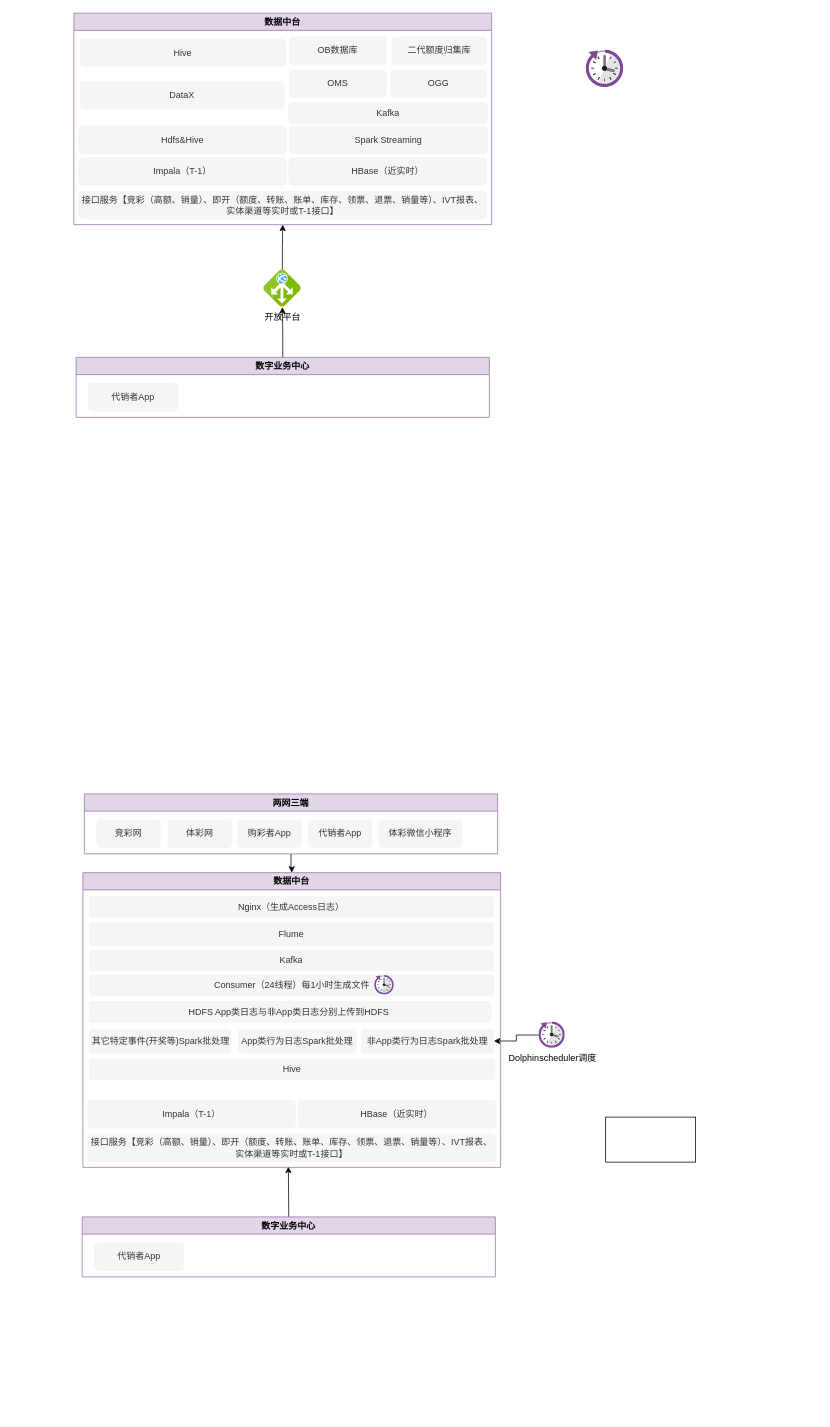
Earlier version of the draw.io diagram Untitled Diagram.drawio (xjiahai/public). Source tidied: cells renumbered, new cells numbered last; positions are measured from the earlier drawing's top-left corner, leaving out a move shared by most shapes. Both pictures are drawn from the tidied source at 75%, with x=0, y=0 at pixel (74, 13).
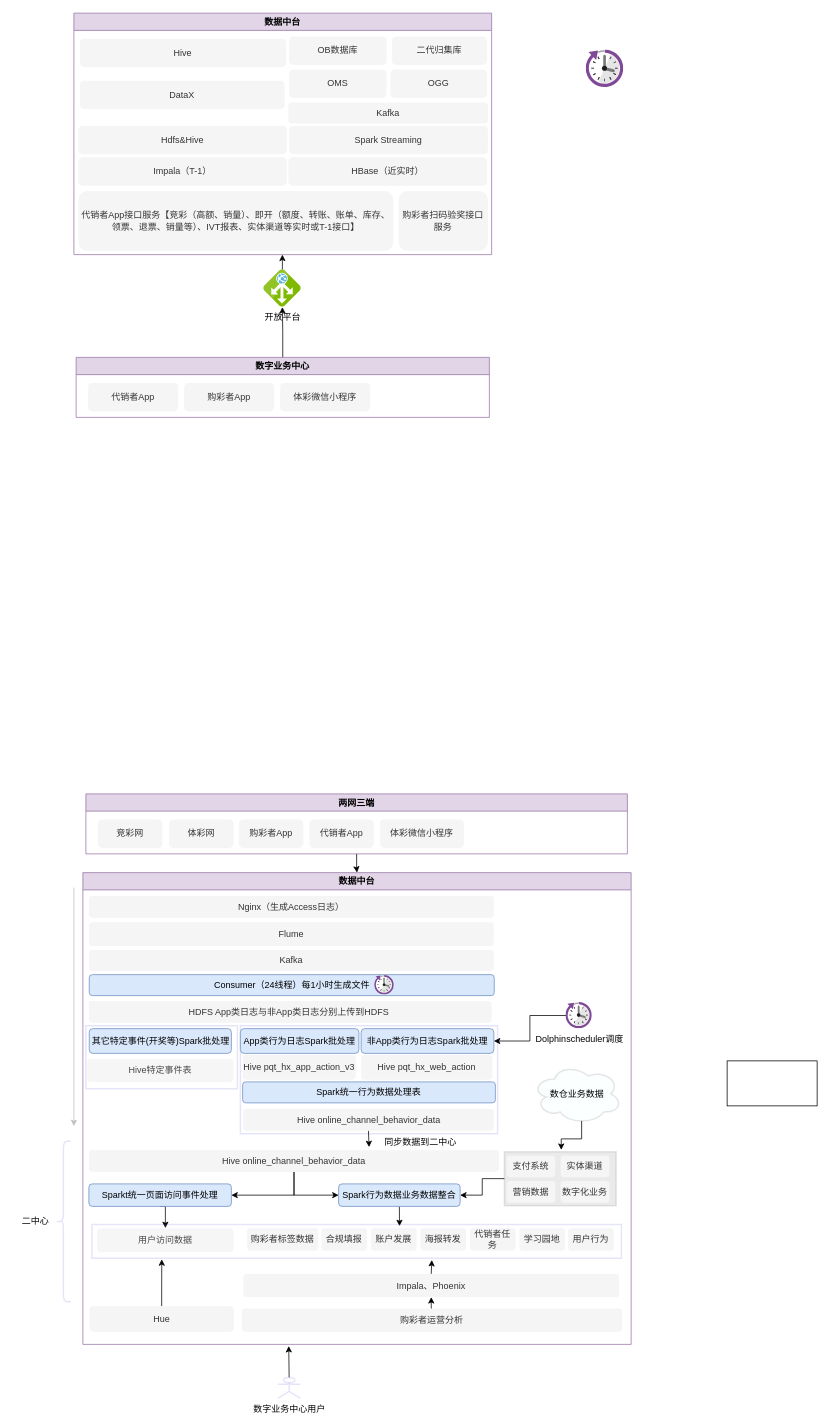
Above is the later version.

Unchanged cells that the change refers to:
```xml
<mxCell id="6" value="数字业务中心" style="swimlane;whiteSpace=wrap;html=1;fillColor=#e1d5e7;strokeColor=#9673a6;" parent="1" vertex="1">
  <mxGeometry x="3" y="459" width="551" height="80" as="geometry" />
</mxCell>
```

Change to the diagram source:
```diff
@@
+    <mxCell id="48" value="购彩者App" style="rounded=1;whiteSpace=wrap;html=1;strokeColor=none;fillColor=#f5f5f5;fontColor=#333333;" parent="6" vertex="1">
+      <mxGeometry x="144" y="34" width="120" height="38" as="geometry" />
+    </mxCell>
+    <mxCell id="49" value="体彩微信小程序" style="rounded=1;whiteSpace=wrap;html=1;strokeColor=none;fillColor=#f5f5f5;fontColor=#333333;" parent="6" vertex="1">
+      <mxGeometry x="272" y="34" width="120" height="38" as="geometry" />
+    </mxCell>
     <mxCell id="8" value="数据中台" style="swimlane;whiteSpace=wrap;html=1;fillColor=#e1d5e7;strokeColor=#9673a6;" parent="1" vertex="1">
-      <mxGeometry width="557" height="282" as="geometry" />
+      <mxGeometry width="557" height="322" as="geometry" />
     </mxCell>
@@
-    <mxCell id="10" value="接口服务【&lt;span&gt;竞彩（高额、销量）、即开（额度、转账、账单、库存、领票、退票、销量等）、&lt;/span&gt;&lt;span lang=&quot;EN-US&quot;&gt;IVT&lt;/span&gt;&lt;span&gt;报表、实体渠道等实时或&lt;/span&gt;&lt;span lang=&quot;EN-US&quot;&gt;T-1&lt;/span&gt;&lt;span&gt;接口】&lt;/span&gt;" style="rounded=1;whiteSpace=wrap;html=1;strokeColor=none;fillColor=#f5f5f5;fontColor=#333333;" parent="8" vertex="1">
-      <mxGeometry x="6" y="237" width="545" height="38" as="geometry" />
+    <mxCell id="10" value="代销者App接口服务【&lt;span&gt;竞彩（高额、销量）、即开（额度、转账、账单、库存、领票、退票、销量等）、&lt;/span&gt;&lt;span lang=&quot;EN-US&quot;&gt;IVT&lt;/span&gt;&lt;span&gt;报表、实体渠道等实时或&lt;/span&gt;&lt;span lang=&quot;EN-US&quot;&gt;T-1&lt;/span&gt;&lt;span&gt;接口】&lt;/span&gt;" style="rounded=1;whiteSpace=wrap;html=1;strokeColor=none;fillColor=#f5f5f5;fontColor=#333333;" parent="8" vertex="1">
+      <mxGeometry x="6" y="237" width="420" height="80" as="geometry" />
     </mxCell>
@@
-    <mxCell id="14" value="二代额度归集库" style="rounded=1;whiteSpace=wrap;html=1;strokeColor=none;fillColor=#f5f5f5;fontColor=#333333;" parent="8" vertex="1">
+    <mxCell id="14" value="二代归集库" style="rounded=1;whiteSpace=wrap;html=1;strokeColor=none;fillColor=#f5f5f5;fontColor=#333333;" parent="8" vertex="1">
       <mxGeometry x="424" y="31" width="127" height="38" as="geometry" />
     </mxCell>
@@
-    <mxCell id="21" style="edgeStyle=orthogonalEdgeStyle;rounded=0;jettySize=auto;html=1;exitX=0.5;exitY=0;exitDx=0;exitDy=0;" parent="1" edge="1" source="22">
-      <mxGeometry relative="1" as="geometry">
-        <mxPoint x="286" y="1538" as="targetPoint" />
-      </mxGeometry>
-    </mxCell>
-    <mxCell id="22" value="数字业务中心" style="swimlane;whiteSpace=wrap;html=1;fillColor=#e1d5e7;strokeColor=#9673a6;" parent="1" vertex="1">
-      <mxGeometry x="11" y="1605" width="551" height="80" as="geometry" />
-    </mxCell>
-    <mxCell id="23" value="代销者App" style="rounded=1;whiteSpace=wrap;html=1;strokeColor=none;fillColor=#f5f5f5;fontColor=#333333;" parent="22" vertex="1">
-      <mxGeometry x="16" y="34" width="120" height="38" as="geometry" />
-    </mxCell>
+    <mxCell id="50" value="购彩者扫码验奖接口服务" style="rounded=1;whiteSpace=wrap;html=1;strokeColor=none;fillColor=#f5f5f5;fontColor=#333333;" parent="8" vertex="1">
+      <mxGeometry x="433" y="237" width="119" height="80" as="geometry" />
+    </mxCell>
     <mxCell id="24" value="数据中台" style="swimlane;whiteSpace=wrap;html=1;fillColor=#e1d5e7;strokeColor=#9673a6;" parent="1" vertex="1">
-      <mxGeometry x="12" y="1146" width="557" height="393" as="geometry" />
+      <mxGeometry x="12" y="1146" width="731" height="629" as="geometry" />
     </mxCell>
@@
+    <mxCell id="51" style="edgeStyle=orthogonalEdgeStyle;rounded=0;jettySize=auto;html=1;exitX=0.5;exitY=1;exitDx=0;exitDy=0;entryX=0.5;entryY=0;entryDx=0;entryDy=0;" parent="24" edge="1" source="26" target="61">
+      <mxGeometry relative="1" as="geometry" />
+    </mxCell>
-    <mxCell id="26" value="接口服务【&lt;span&gt;竞彩（高额、销量）、即开（额度、转账、账单、库存、领票、退票、销量等）、&lt;/span&gt;&lt;span lang=&quot;EN-US&quot;&gt;IVT&lt;/span&gt;&lt;span&gt;报表、实体渠道等实时或&lt;/span&gt;&lt;span lang=&quot;EN-US&quot;&gt;T-1&lt;/span&gt;&lt;span&gt;接口】&lt;/span&gt;" style="rounded=1;whiteSpace=wrap;html=1;strokeColor=none;fillColor=#f5f5f5;fontColor=#333333;" parent="24" vertex="1">
-      <mxGeometry x="6" y="348" width="545" height="38" as="geometry" />
+    <mxCell id="26" value="Sparkt统一页面访问事件处理" style="rounded=1;whiteSpace=wrap;html=1;strokeColor=#6c8ebf;fillColor=#dae8fc;" parent="24" vertex="1">
+      <mxGeometry x="8" y="415" width="190" height="30" as="geometry" />
     </mxCell>
-    <mxCell id="27" value="Impala（T-1）" style="rounded=1;whiteSpace=wrap;html=1;strokeColor=none;fillColor=#f5f5f5;fontColor=#333333;" parent="24" vertex="1">
-      <mxGeometry x="6" y="303" width="278" height="38" as="geometry" />
+    <mxCell id="27" value="Hive特定事件表" style="rounded=1;whiteSpace=wrap;html=1;strokeColor=none;fillColor=#f5f5f5;fontColor=#333333;" parent="24" vertex="1">
+      <mxGeometry x="5.8" y="248" width="195" height="31" as="geometry" />
     </mxCell>
+    <mxCell id="52" style="edgeStyle=orthogonalEdgeStyle;rounded=0;jettySize=auto;html=1;entryX=1;entryY=0.5;entryDx=0;entryDy=0;" parent="24" edge="1" source="28" target="26">
+      <mxGeometry relative="1" as="geometry" />
+    </mxCell>
+    <mxCell id="53" style="edgeStyle=orthogonalEdgeStyle;rounded=0;jettySize=auto;html=1;exitX=0.5;exitY=1;exitDx=0;exitDy=0;entryX=0;entryY=0.5;entryDx=0;entryDy=0;" parent="24" edge="1" source="28" target="69">
+      <mxGeometry relative="1" as="geometry" />
+    </mxCell>
-    <mxCell id="28" value="HBase（近实时）" style="rounded=1;whiteSpace=wrap;html=1;strokeColor=none;fillColor=#f5f5f5;fontColor=#333333;" parent="24" vertex="1">
-      <mxGeometry x="286" y="303" width="265" height="38" as="geometry" />
+    <mxCell id="28" value="Hive online_channel_behavior_data" style="rounded=1;whiteSpace=wrap;html=1;strokeColor=none;fillColor=#f5f5f5;fontColor=#333333;" parent="24" vertex="1">
+      <mxGeometry x="8" y="370" width="547" height="29" as="geometry" />
     </mxCell>
@@
+    <mxCell id="54" style="verticalLabelPosition=bottom;verticalAlign=top;html=1;shape=mxgraph.basic.rect;fillColor2=none;strokeWidth=2;size=20;indent=5;strokeColor=#0000CC;opacity=10;" parent="24" vertex="1">
+      <mxGeometry x="210" y="204" width="343" height="144" as="geometry" />
+    </mxCell>
-    <mxCell id="30" value="App类行为日志Spark批处理" style="rounded=1;whiteSpace=wrap;html=1;strokeColor=none;fillColor=#f5f5f5;fontColor=#333333;" parent="24" vertex="1">
-      <mxGeometry x="207" y="208" width="158" height="33" as="geometry" />
+    <mxCell id="30" value="App类行为日志Spark批处理" style="rounded=1;whiteSpace=wrap;html=1;strokeColor=#6c8ebf;fillColor=#dae8fc;" parent="24" vertex="1">
+      <mxGeometry x="210" y="208" width="158" height="33" as="geometry" />
     </mxCell>
@@
-    <mxCell id="33" value="Consumer（24线程）每1小时生成文件" style="rounded=1;whiteSpace=wrap;html=1;strokeColor=none;fillColor=#f5f5f5;fontColor=#333333;" parent="24" vertex="1">
+    <mxCell id="33" value="Consumer（24线程）每1小时生成文件" style="rounded=1;whiteSpace=wrap;html=1;strokeColor=#6c8ebf;fillColor=#dae8fc;" parent="24" vertex="1">
       <mxGeometry x="8.5" y="136" width="540" height="28" as="geometry" />
     </mxCell>
@@
-    <mxCell id="35" value="非App类行为日志Spark批处理" style="rounded=1;whiteSpace=wrap;html=1;strokeColor=none;fillColor=#f5f5f5;fontColor=#333333;" parent="24" vertex="1">
+    <mxCell id="35" value="非App类行为日志Spark批处理" style="rounded=1;whiteSpace=wrap;html=1;strokeColor=#6c8ebf;fillColor=#dae8fc;" parent="24" vertex="1">
       <mxGeometry x="371" y="208" width="177" height="33" as="geometry" />
     </mxCell>
+    <mxCell id="55" style="verticalLabelPosition=bottom;verticalAlign=top;html=1;shape=mxgraph.basic.rect;fillColor2=none;strokeWidth=2;size=20;indent=5;strokeColor=#0000CC;opacity=10;" parent="24" vertex="1">
+      <mxGeometry x="4" y="204" width="202" height="84" as="geometry" />
+    </mxCell>
-    <mxCell id="36" value="其它特定事件(开奖等)Spark批处理" style="rounded=1;whiteSpace=wrap;html=1;strokeColor=none;fillColor=#f5f5f5;fontColor=#333333;" parent="24" vertex="1">
+    <mxCell id="36" value="其它特定事件(开奖等)Spark批处理" style="rounded=1;whiteSpace=wrap;html=1;strokeColor=#6c8ebf;fillColor=#dae8fc;" parent="24" vertex="1">
       <mxGeometry x="8.5" y="208" width="189.5" height="33" as="geometry" />
     </mxCell>
-    <mxCell id="37" value="Hive" style="rounded=1;whiteSpace=wrap;html=1;strokeColor=none;fillColor=#f5f5f5;fontColor=#333333;" parent="24" vertex="1">
-      <mxGeometry x="8" y="248" width="542" height="28" as="geometry" />
+    <mxCell id="37" value="Spark统一行为数据处理表" style="rounded=1;whiteSpace=wrap;html=1;strokeColor=#6c8ebf;fillColor=#dae8fc;" parent="24" vertex="1">
+      <mxGeometry x="213" y="279" width="337" height="28" as="geometry" />
     </mxCell>
+    <mxCell id="56" value="Hive pqt_hx_app_action_v3" style="rounded=1;whiteSpace=wrap;html=1;strokeColor=none;fillColor=#f5f5f5;fontColor=#333333;" parent="24" vertex="1">
+      <mxGeometry x="213" y="243" width="151" height="33" as="geometry" />
+    </mxCell>
+    <mxCell id="57" value="Hive pqt_hx_web_action" style="rounded=1;whiteSpace=wrap;html=1;strokeColor=none;fillColor=#f5f5f5;fontColor=#333333;" parent="24" vertex="1">
+      <mxGeometry x="371" y="243" width="175" height="33" as="geometry" />
+    </mxCell>
+    <mxCell id="58" style="edgeStyle=orthogonalEdgeStyle;rounded=0;jettySize=auto;html=1;exitX=0.5;exitY=1;exitDx=0;exitDy=0;entryX=0.683;entryY=-0.14;entryDx=0;entryDy=0;entryPerimeter=0;" parent="24" edge="1" source="59" target="28">
+      <mxGeometry relative="1" as="geometry" />
+    </mxCell>
+    <mxCell id="59" value="Hive online_channel_behavior_data" style="rounded=1;whiteSpace=wrap;html=1;strokeColor=none;fillColor=#f5f5f5;fontColor=#333333;" parent="24" vertex="1">
+      <mxGeometry x="213.5" y="315" width="334.5" height="29" as="geometry" />
+    </mxCell>
+    <mxCell id="46" value="Dolphinscheduler调度" style="sketch=0;html=1;points=[];align=center;image;fontSize=12;image=img/lib/mscae/Reservations.svg;strokeColor=default;" parent="24" vertex="1">
+      <mxGeometry x="644" y="173" width="35" height="35" as="geometry" />
+    </mxCell>
+    <mxCell id="45" style="edgeStyle=orthogonalEdgeStyle;rounded=0;jettySize=auto;html=1;" parent="24" edge="1" source="46" target="35">
+      <mxGeometry relative="1" as="geometry" />
+    </mxCell>
+    <mxCell id="60" value="同步数据到二中心" style="text;html=1;strokeColor=none;fillColor=none;align=center;verticalAlign=middle;whiteSpace=wrap;rounded=0;strokeWidth=2;opacity=10;" parent="24" vertex="1">
+      <mxGeometry x="389" y="344" width="123" height="30" as="geometry" />
+    </mxCell>
+    <mxCell id="61" value="用户访问数据" style="rounded=1;whiteSpace=wrap;html=1;strokeColor=none;fillColor=#f5f5f5;fontColor=#333333;" parent="24" vertex="1">
+      <mxGeometry x="19" y="474" width="182" height="32" as="geometry" />
+    </mxCell>
+    <mxCell id="62" style="edgeStyle=orthogonalEdgeStyle;rounded=0;jettySize=auto;html=1;" parent="24" edge="1" source="63" target="69">
+      <mxGeometry relative="1" as="geometry" />
+    </mxCell>
+    <mxCell id="63" style="verticalLabelPosition=bottom;verticalAlign=top;html=1;shape=mxgraph.basic.rect;fillColor2=none;strokeWidth=2;size=20;indent=5;strokeColor=#1A1A1A;opacity=10;fillColor=#333333;" parent="24" vertex="1">
+      <mxGeometry x="562" y="372" width="149" height="72" as="geometry" />
+    </mxCell>
+    <mxCell id="64" value="支付系统" style="rounded=1;whiteSpace=wrap;html=1;strokeColor=none;fillColor=#f5f5f5;fontColor=#333333;" parent="24" vertex="1">
+      <mxGeometry x="565" y="377" width="65" height="29" as="geometry" />
+    </mxCell>
+    <mxCell id="65" value="实体渠道" style="rounded=1;whiteSpace=wrap;html=1;strokeColor=none;fillColor=#f5f5f5;fontColor=#333333;" parent="24" vertex="1">
+      <mxGeometry x="637" y="377" width="65" height="29" as="geometry" />
+    </mxCell>
+    <mxCell id="66" value="营销数据" style="rounded=1;whiteSpace=wrap;html=1;strokeColor=none;fillColor=#f5f5f5;fontColor=#333333;" parent="24" vertex="1">
+      <mxGeometry x="565" y="411" width="65" height="29" as="geometry" />
+    </mxCell>
+    <mxCell id="67" value="数字化业务" style="rounded=1;whiteSpace=wrap;html=1;strokeColor=none;fillColor=#f5f5f5;fontColor=#333333;" parent="24" vertex="1">
+      <mxGeometry x="637" y="411" width="65" height="29" as="geometry" />
+    </mxCell>
+    <mxCell id="68" style="edgeStyle=orthogonalEdgeStyle;rounded=0;jettySize=auto;html=1;exitX=0.5;exitY=1;exitDx=0;exitDy=0;entryX=0.581;entryY=0.052;entryDx=0;entryDy=0;entryPerimeter=0;" parent="24" edge="1" source="69" target="70">
+      <mxGeometry relative="1" as="geometry" />
+    </mxCell>
+    <mxCell id="69" value="Spark行为数据业务数据整合" style="rounded=1;whiteSpace=wrap;html=1;strokeColor=#6c8ebf;fillColor=#dae8fc;" parent="24" vertex="1">
+      <mxGeometry x="341" y="415" width="162" height="30" as="geometry" />
+    </mxCell>
+    <mxCell id="70" style="verticalLabelPosition=bottom;verticalAlign=top;html=1;shape=mxgraph.basic.rect;fillColor2=none;strokeWidth=2;size=20;indent=5;strokeColor=#0000CC;opacity=10;" parent="24" vertex="1">
+      <mxGeometry x="12" y="469" width="706" height="45" as="geometry" />
+    </mxCell>
+    <mxCell id="71" value="购彩者标签数据" style="rounded=1;whiteSpace=wrap;html=1;strokeColor=none;fillColor=#f5f5f5;fontColor=#333333;" parent="24" vertex="1">
+      <mxGeometry x="219" y="474" width="95" height="30" as="geometry" />
+    </mxCell>
+    <mxCell id="72" value="合规填报" style="rounded=1;whiteSpace=wrap;html=1;strokeColor=none;fillColor=#f5f5f5;fontColor=#333333;" parent="24" vertex="1">
+      <mxGeometry x="318" y="474" width="61" height="30" as="geometry" />
+    </mxCell>
+    <mxCell id="73" value="账户发展" style="rounded=1;whiteSpace=wrap;html=1;strokeColor=none;fillColor=#f5f5f5;fontColor=#333333;" parent="24" vertex="1">
+      <mxGeometry x="384" y="474" width="61" height="30" as="geometry" />
+    </mxCell>
+    <mxCell id="74" value="海报转发" style="rounded=1;whiteSpace=wrap;html=1;strokeColor=none;fillColor=#f5f5f5;fontColor=#333333;" parent="24" vertex="1">
+      <mxGeometry x="450" y="474" width="61" height="30" as="geometry" />
+    </mxCell>
+    <mxCell id="75" value="代销者任务" style="rounded=1;whiteSpace=wrap;html=1;strokeColor=none;fillColor=#f5f5f5;fontColor=#333333;" parent="24" vertex="1">
+      <mxGeometry x="516" y="474" width="61" height="30" as="geometry" />
+    </mxCell>
+    <mxCell id="76" value="学习园地" style="rounded=1;whiteSpace=wrap;html=1;strokeColor=none;fillColor=#f5f5f5;fontColor=#333333;" parent="24" vertex="1">
+      <mxGeometry x="582" y="474" width="61" height="30" as="geometry" />
+    </mxCell>
+    <mxCell id="77" style="edgeStyle=orthogonalEdgeStyle;rounded=0;jettySize=auto;html=1;exitX=0.5;exitY=0;exitDx=0;exitDy=0;entryX=0.132;entryY=1.035;entryDx=0;entryDy=0;entryPerimeter=0;" parent="24" edge="1" source="78" target="70">
+      <mxGeometry relative="1" as="geometry" />
+    </mxCell>
+    <mxCell id="78" value="Hue" style="rounded=1;whiteSpace=wrap;html=1;strokeColor=none;fillColor=#f5f5f5;fontColor=#333333;" parent="24" vertex="1">
+      <mxGeometry x="8.8" y="578" width="192.5" height="34" as="geometry" />
+    </mxCell>
+    <mxCell id="79" style="edgeStyle=orthogonalEdgeStyle;rounded=0;jettySize=auto;html=1;exitX=0.5;exitY=0;exitDx=0;exitDy=0;entryX=0.5;entryY=1;entryDx=0;entryDy=0;" parent="24" edge="1" source="80" target="85">
+      <mxGeometry relative="1" as="geometry" />
+    </mxCell>
+    <mxCell id="80" value="购彩者运营分析" style="rounded=1;whiteSpace=wrap;html=1;strokeColor=none;fillColor=#f5f5f5;fontColor=#333333;" parent="24" vertex="1">
+      <mxGeometry x="212" y="581" width="507" height="31" as="geometry" />
+    </mxCell>
+    <mxCell id="81" value="用户行为" style="rounded=1;whiteSpace=wrap;html=1;strokeColor=none;fillColor=#f5f5f5;fontColor=#333333;" parent="24" vertex="1">
+      <mxGeometry x="647" y="474" width="61" height="30" as="geometry" />
+    </mxCell>
+    <mxCell id="82" style="edgeStyle=orthogonalEdgeStyle;rounded=0;jettySize=auto;html=1;exitX=0.55;exitY=0.95;exitDx=0;exitDy=0;exitPerimeter=0;entryX=0.509;entryY=-0.032;entryDx=0;entryDy=0;entryPerimeter=0;" parent="24" edge="1" source="83" target="63">
+      <mxGeometry relative="1" as="geometry" />
+    </mxCell>
+    <mxCell id="83" value="数仓业务数据" style="ellipse;shape=cloud;whiteSpace=wrap;html=1;strokeColor=#000000;strokeWidth=2;fillColor=#DEFFF8;opacity=10;" parent="24" vertex="1">
+      <mxGeometry x="599" y="255" width="120" height="80" as="geometry" />
+    </mxCell>
+    <mxCell id="84" style="edgeStyle=orthogonalEdgeStyle;rounded=0;jettySize=auto;html=1;exitX=0.5;exitY=0;exitDx=0;exitDy=0;entryX=0.642;entryY=1.056;entryDx=0;entryDy=0;entryPerimeter=0;" parent="24" edge="1" source="85" target="70">
+      <mxGeometry relative="1" as="geometry" />
+    </mxCell>
+    <mxCell id="85" value="Impala、Phoenix" style="rounded=1;whiteSpace=wrap;html=1;strokeColor=none;fillColor=#f5f5f5;fontColor=#333333;" parent="24" vertex="1">
+      <mxGeometry x="214" y="535" width="501" height="31" as="geometry" />
+    </mxCell>
@@
     <mxCell id="39" value="两网三端" style="swimlane;whiteSpace=wrap;html=1;fillColor=#e1d5e7;strokeColor=#9673a6;" parent="1" vertex="1">
-      <mxGeometry x="14" y="1041" width="551" height="80" as="geometry" />
+      <mxGeometry x="16" y="1041" width="722" height="80" as="geometry" />
     </mxCell>
@@
-    <mxCell id="45" style="edgeStyle=orthogonalEdgeStyle;rounded=0;jettySize=auto;html=1;" parent="1" edge="1" source="46" target="35">
-      <mxGeometry relative="1" as="geometry" />
-    </mxCell>
-    <mxCell id="46" value="Dolphinscheduler调度" style="sketch=0;html=1;points=[];align=center;image;fontSize=12;image=img/lib/mscae/Reservations.svg;strokeColor=default;" parent="1" vertex="1">
-      <mxGeometry x="620" y="1345" width="35" height="35" as="geometry" />
-    </mxCell>
     <mxCell id="47" style="rounded=0;whiteSpace=wrap;html=1;strokeColor=default;" parent="1" vertex="1">
-      <mxGeometry x="709" y="1472" width="120" height="60" as="geometry" />
+      <mxGeometry x="871" y="1397" width="120" height="60" as="geometry" />
     </mxCell>
+    <mxCell id="86" style="shape=curlyBracket;whiteSpace=wrap;html=1;rounded=1;labelPosition=left;verticalLabelPosition=middle;align=right;verticalAlign=middle;strokeColor=#0000CC;strokeWidth=2;fillColor=default;opacity=10;" parent="1" vertex="1">
+      <mxGeometry x="-24" y="1504" width="20" height="214" as="geometry" />
+    </mxCell>
+    <mxCell id="87" value="二中心" style="text;html=1;strokeColor=none;fillColor=none;align=center;verticalAlign=middle;whiteSpace=wrap;rounded=0;strokeWidth=2;opacity=10;" parent="1" vertex="1">
+      <mxGeometry x="-81" y="1596" width="60" height="30" as="geometry" />
+    </mxCell>
+    <mxCell id="88" style="edgeStyle=orthogonalEdgeStyle;rounded=0;jettySize=auto;html=1;exitX=0.5;exitY=0;exitDx=0;exitDy=0;exitPerimeter=0;" parent="1" edge="1" source="89">
+      <mxGeometry relative="1" as="geometry">
+        <mxPoint x="286.5" y="1777.2" as="targetPoint" />
+      </mxGeometry>
+    </mxCell>
+    <mxCell id="89" value="数字业务中心用户" style="shape=umlActor;verticalLabelPosition=bottom;verticalAlign=top;html=1;outlineConnect=0;strokeColor=#0000CC;strokeWidth=2;fillColor=default;opacity=10;" parent="1" vertex="1">
+      <mxGeometry x="272" y="1819" width="30" height="28" as="geometry" />
+    </mxCell>
+    <mxCell id="90" style="endArrow=classic;html=1;rounded=0;fillColor=#f5f5f5;strokeColor=#bfbfbf;" parent="1" edge="1">
+      <mxGeometry relative="1" as="geometry">
+        <mxPoint y="1166" as="sourcePoint" />
+        <mxPoint y="1484" as="targetPoint" />
+      </mxGeometry>
+    </mxCell>
```
